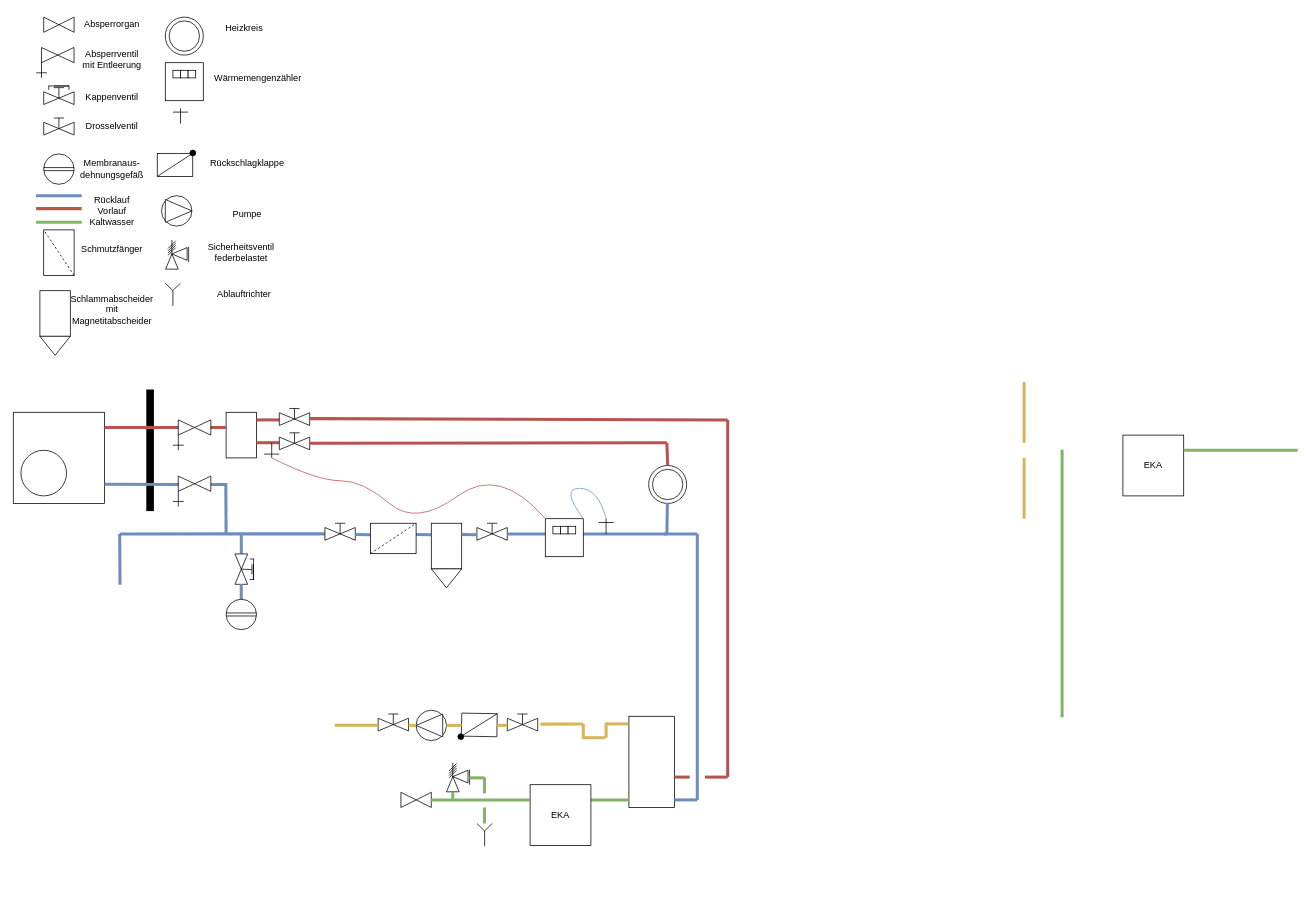
Above: hydraulik.drawio in eddi0815/socket2 (draw.io), before the change. Source tidied: cells renumbered, new cells numbered last; positions are measured from the earlier drawing's top-left corner, leaving out a move shared by most shapes. Both pictures are drawn from the tidied source at 76%, with x=0, y=0 at pixel (13, 13).
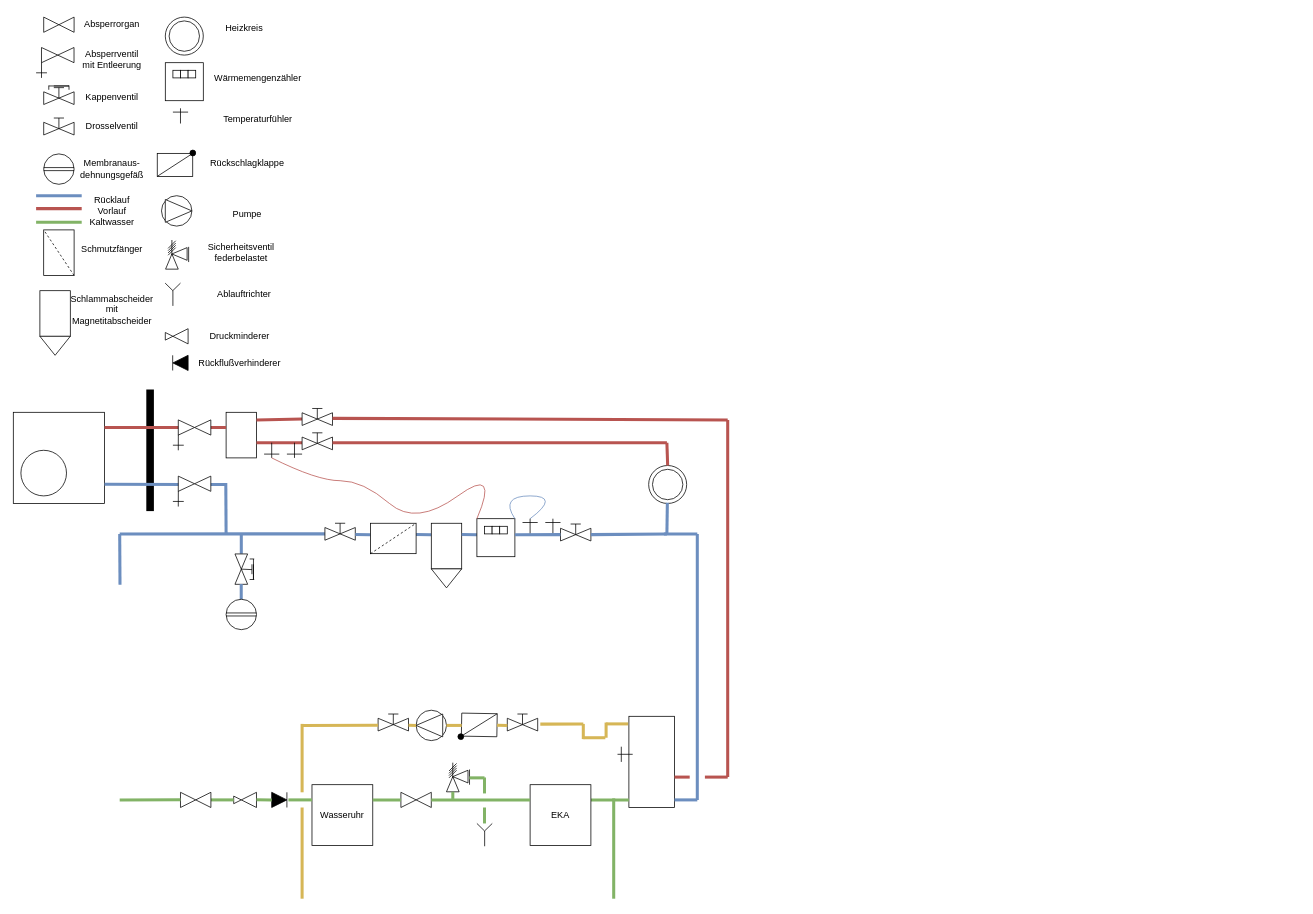
After the change.

The change refers to these unchanged cells:
```xml
<mxCell id="62" style="triangle;whiteSpace=wrap;html=1;" parent="61" vertex="1">
  <mxGeometry width="20" height="16.7" as="geometry" />
</mxCell>
<mxCell id="63" style="triangle;whiteSpace=wrap;html=1;rotation=-180;" parent="61" vertex="1">
  <mxGeometry x="20" width="20" height="16.7" as="geometry" />
</mxCell>
<mxCell id="100" style="triangle;whiteSpace=wrap;html=1;" parent="99" vertex="1">
  <mxGeometry width="20" height="16.7" as="geometry" />
</mxCell>
<mxCell id="149" style="whiteSpace=wrap;html=1;" parent="148" vertex="1">
  <mxGeometry width="50" height="50" as="geometry" />
</mxCell>
```

The edit, as a diff of the source:
```diff
@@
     <mxCell id="60" style="group;" parent="1" vertex="1">
-      <mxGeometry x="610" y="671" width="40" height="22.2" as="geometry" />
+      <mxGeometry x="720" y="672" width="40" height="22.2" as="geometry" />
     </mxCell>
@@
-    <mxCell id="89" style="endArrow=none;html=1;rounded=0;jumpSize=6;strokeWidth=4;fillColor=#f8cecc;strokeColor=#b85450;" parent="1" edge="1">
+    <mxCell id="89" style="endArrow=none;html=1;rounded=0;jumpSize=6;strokeWidth=4;fillColor=#f8cecc;strokeColor=#b85450;entryX=0;entryY=0.5;entryDx=0;entryDy=0;" parent="1" edge="1" target="100">
       <mxGeometry relative="1" as="geometry">
         <mxPoint x="320" y="535" as="sourcePoint" />
-        <mxPoint x="350" y="535" as="targetPoint" />
       </mxGeometry>
     </mxCell>
     <mxCell id="90" style="endArrow=none;html=1;rounded=0;jumpSize=6;strokeWidth=4;fillColor=#f8cecc;strokeColor=#b85450;" parent="1" edge="1">
       <mxGeometry relative="1" as="geometry">
         <mxPoint x="320" y="565" as="sourcePoint" />
-        <mxPoint x="350" y="565" as="targetPoint" />
+        <mxPoint x="380" y="565" as="targetPoint" />
       </mxGeometry>
     </mxCell>
     <mxCell id="91" style="group;" parent="1" vertex="1">
-      <mxGeometry x="350" y="552" width="40" height="22.2" as="geometry" />
+      <mxGeometry x="380" y="552" width="40" height="22.2" as="geometry" />
     </mxCell>
@@
     <mxCell id="98" style="group;" parent="1" vertex="1">
-      <mxGeometry x="350" y="520" width="40" height="22.2" as="geometry" />
+      <mxGeometry x="380" y="520" width="40" height="22.2" as="geometry" />
     </mxCell>
@@
     <mxCell id="115" style="endArrow=none;html=1;rounded=0;jumpSize=6;strokeWidth=4;fillColor=#f8cecc;strokeColor=#b85450;" parent="1" edge="1">
       <mxGeometry relative="1" as="geometry">
-        <mxPoint x="390" y="565.6" as="sourcePoint" />
+        <mxPoint x="420" y="565" as="sourcePoint" />
         <mxPoint x="860" y="565" as="targetPoint" />
       </mxGeometry>
     </mxCell>
-    <mxCell id="116" style="endArrow=none;html=1;rounded=0;jumpSize=6;strokeWidth=4;fillColor=#dae8fc;strokeColor=#6c8ebf;" parent="1" edge="1">
+    <mxCell id="116" style="endArrow=none;html=1;rounded=0;jumpSize=6;strokeWidth=4;fillColor=#dae8fc;strokeColor=#6c8ebf;exitX=0;exitY=0.5;exitDx=0;exitDy=0;" parent="1" edge="1" source="63">
       <mxGeometry relative="1" as="geometry">
-        <mxPoint x="650" y="685" as="sourcePoint" />
         <mxPoint x="860" y="685" as="targetPoint" />
       </mxGeometry>
     </mxCell>
@@
     <mxCell id="122" style="endArrow=none;html=1;rounded=0;jumpSize=6;strokeWidth=4;fillColor=#f8cecc;strokeColor=#b85450;" parent="1" edge="1">
       <mxGeometry relative="1" as="geometry">
-        <mxPoint x="390" y="533.3" as="sourcePoint" />
+        <mxPoint x="420" y="533" as="sourcePoint" />
         <mxPoint x="940" y="535" as="targetPoint" />
       </mxGeometry>
     </mxCell>
@@
     <mxCell id="148" style="group;" parent="1" vertex="1">
-      <mxGeometry x="700" y="665" width="50" height="50" as="geometry" />
+      <mxGeometry x="610" y="665" width="50" height="50" as="geometry" />
     </mxCell>
@@
-    <mxCell id="155" style="group;" parent="1" vertex="1">
-      <mxGeometry x="770" y="665" width="20" height="20" as="geometry" />
-    </mxCell>
-    <mxCell id="156" style="endArrow=none;html=1;rounded=0;" parent="155" edge="1">
-      <mxGeometry relative="1" as="geometry">
-        <mxPoint x="10" y="20" as="sourcePoint" />
-        <mxPoint x="10" as="targetPoint" />
-      </mxGeometry>
-    </mxCell>
-    <mxCell id="157" style="endArrow=none;html=1;rounded=0;" parent="155" edge="1">
-      <mxGeometry relative="1" as="geometry">
-        <mxPoint x="20" y="5" as="sourcePoint" />
-        <mxPoint y="5" as="targetPoint" />
-      </mxGeometry>
-    </mxCell>
@@
     <mxCell id="162" style="curved=1;endArrow=none;html=1;rounded=0;exitX=1;exitY=0;exitDx=0;exitDy=0;endFill=0;fillColor=#dae8fc;strokeColor=#6c8ebf;" parent="1" edge="1" source="149">
       <mxGeometry relative="1" as="geometry">
-        <mxPoint x="780" y="665" as="targetPoint" />
+        <mxPoint x="680" y="665" as="targetPoint" />
         <Array as="points">
-          <mxPoint x="720" y="625" />
-          <mxPoint x="770" y="625" />
+          <mxPoint x="640" y="635" />
+          <mxPoint x="720" y="635" />
         </Array>
       </mxGeometry>
     </mxCell>
@@
-    <mxCell id="169" style="endArrow=none;html=1;rounded=0;jumpSize=6;strokeWidth=4;fillColor=#d5e8d4;strokeColor=#82b366;" parent="1" edge="1">
-      <mxGeometry relative="1" as="geometry">
-        <mxPoint x="1380" y="926.2" as="sourcePoint" />
-        <mxPoint x="1380" y="574.2" as="targetPoint" />
-      </mxGeometry>
-    </mxCell>
@@
-    <mxCell id="205" style="endArrow=none;html=1;rounded=0;jumpSize=6;strokeWidth=4;fillColor=#fff2cc;strokeColor=#d6b656;" parent="1" edge="1">
-      <mxGeometry relative="1" as="geometry">
-        <mxPoint x="1330" y="565" as="sourcePoint" />
-        <mxPoint x="1330" y="485" as="targetPoint" />
-      </mxGeometry>
-    </mxCell>
-    <mxCell id="206" style="endArrow=none;html=1;rounded=0;jumpSize=6;strokeWidth=4;fillColor=#fff2cc;strokeColor=#d6b656;" parent="1" edge="1">
-      <mxGeometry relative="1" as="geometry">
-        <mxPoint x="1330" y="665" as="sourcePoint" />
-        <mxPoint x="1330" y="585" as="targetPoint" />
-      </mxGeometry>
-    </mxCell>
-    <mxCell id="207" value="EKA" style="whiteSpace=wrap;html=1;" parent="1" vertex="1">
-      <mxGeometry x="1460" y="555" width="80" height="80" as="geometry" />
-    </mxCell>
@@
-    <mxCell id="209" style="endArrow=none;html=1;rounded=0;jumpSize=6;strokeWidth=4;fillColor=#d5e8d4;strokeColor=#82b366;" parent="1" edge="1">
-      <mxGeometry relative="1" as="geometry">
-        <mxPoint x="1540" y="575" as="sourcePoint" />
-        <mxPoint x="1690" y="575" as="targetPoint" />
-      </mxGeometry>
-    </mxCell>
@@
-    <mxCell id="254" style="endArrow=none;html=1;rounded=0;jumpSize=6;strokeWidth=4;fillColor=#fff2cc;strokeColor=#d6b656;entryX=-0.172;entryY=0.538;entryDx=0;entryDy=0;entryPerimeter=0;" parent="1" edge="1">
+    <mxCell id="254" style="endArrow=none;html=1;rounded=0;jumpSize=6;strokeWidth=4;fillColor=#fff2cc;strokeColor=#d6b656;" parent="1" edge="1">
       <mxGeometry relative="1" as="geometry">
         <mxPoint x="480" y="936.8" as="sourcePoint" />
-        <mxPoint x="423" y="936.8" as="targetPoint" />
+        <mxPoint x="380" y="937" as="targetPoint" />
       </mxGeometry>
     </mxCell>
@@
+    <mxCell id="257" style="group;" parent="1" vertex="1">
+      <mxGeometry x="190" y="415" width="40" height="20" as="geometry" />
+    </mxCell>
+    <mxCell id="258" style="triangle;whiteSpace=wrap;html=1;" parent="257" vertex="1">
+      <mxGeometry x="10" y="5" width="10" height="10" as="geometry" />
+    </mxCell>
+    <mxCell id="259" style="triangle;whiteSpace=wrap;html=1;rotation=-180;" parent="257" vertex="1">
+      <mxGeometry x="20" width="20" height="20" as="geometry" />
+    </mxCell>
+    <mxCell id="260" value="Druckminderer" style="text;html=1;align=center;verticalAlign=middle;whiteSpace=wrap;rounded=0;" parent="1" vertex="1">
+      <mxGeometry x="240" y="410" width="116" height="30" as="geometry" />
+    </mxCell>
+    <mxCell id="261" value="&lt;div&gt;Rückflußverhinderer&lt;/div&gt;" style="text;html=1;align=center;verticalAlign=middle;whiteSpace=wrap;rounded=0;" parent="1" vertex="1">
+      <mxGeometry x="240" y="445" width="116" height="30" as="geometry" />
+    </mxCell>
+    <mxCell id="262" style="group;" parent="1" vertex="1">
+      <mxGeometry x="209.7" y="450" width="20.3" height="20" as="geometry" />
+    </mxCell>
+    <mxCell id="263" style="triangle;whiteSpace=wrap;html=1;rotation=-180;fillColor=#000000;" parent="262" vertex="1">
+      <mxGeometry x="0.3" width="20" height="20" as="geometry" />
+    </mxCell>
+    <mxCell id="264" style="endArrow=none;html=1;rounded=0;" parent="262" edge="1">
+      <mxGeometry relative="1" as="geometry">
+        <mxPoint y="20" as="sourcePoint" />
+        <mxPoint as="targetPoint" />
+      </mxGeometry>
+    </mxCell>
+    <mxCell id="265" style="group;rotation=-180;" parent="1" vertex="1">
+      <mxGeometry x="340" y="1025" width="20.3" height="20" as="geometry" />
+    </mxCell>
+    <mxCell id="266" style="triangle;whiteSpace=wrap;html=1;rotation=-360;fillColor=#000000;" parent="265" vertex="1">
+      <mxGeometry width="20" height="20" as="geometry" />
+    </mxCell>
+    <mxCell id="267" style="endArrow=none;html=1;rounded=0;" parent="265" edge="1">
+      <mxGeometry relative="1" as="geometry">
+        <mxPoint x="20" as="sourcePoint" />
+        <mxPoint x="20" y="20" as="targetPoint" />
+      </mxGeometry>
+    </mxCell>
+    <mxCell id="268" style="group;" parent="1" vertex="1">
+      <mxGeometry x="280" y="1025" width="40" height="20" as="geometry" />
+    </mxCell>
+    <mxCell id="269" style="triangle;whiteSpace=wrap;html=1;" parent="268" vertex="1">
+      <mxGeometry x="10" y="5" width="10" height="10" as="geometry" />
+    </mxCell>
+    <mxCell id="270" style="triangle;whiteSpace=wrap;html=1;rotation=-180;" parent="268" vertex="1">
+      <mxGeometry x="20" width="20" height="20" as="geometry" />
+    </mxCell>
+    <mxCell id="271" style="endArrow=none;html=1;rounded=0;jumpSize=6;strokeWidth=4;fillColor=#d5e8d4;strokeColor=#82b366;" parent="268" edge="1">
+      <mxGeometry relative="1" as="geometry">
+        <mxPoint x="-20" y="10" as="sourcePoint" />
+        <mxPoint x="10" y="10" as="targetPoint" />
+      </mxGeometry>
+    </mxCell>
+    <mxCell id="272" style="group;" parent="1" vertex="1">
+      <mxGeometry x="220" y="1025" width="40" height="20" as="geometry" />
+    </mxCell>
+    <mxCell id="273" style="triangle;whiteSpace=wrap;html=1;" parent="272" vertex="1">
+      <mxGeometry width="20" height="20" as="geometry" />
+    </mxCell>
+    <mxCell id="274" style="triangle;whiteSpace=wrap;html=1;rotation=-180;" parent="272" vertex="1">
+      <mxGeometry x="20" width="20" height="20" as="geometry" />
+    </mxCell>
+    <mxCell id="275" style="endArrow=none;html=1;rounded=0;jumpSize=6;strokeWidth=4;fillColor=#d5e8d4;strokeColor=#82b366;" parent="1" edge="1">
+      <mxGeometry relative="1" as="geometry">
+        <mxPoint x="140" y="1035" as="sourcePoint" />
+        <mxPoint x="220" y="1034.8" as="targetPoint" />
+      </mxGeometry>
+    </mxCell>
+    <mxCell id="276" style="endArrow=none;html=1;rounded=0;jumpSize=6;strokeWidth=4;fillColor=#d5e8d4;strokeColor=#82b366;" parent="1" edge="1">
+      <mxGeometry relative="1" as="geometry">
+        <mxPoint x="320" y="1034.8" as="sourcePoint" />
+        <mxPoint x="340" y="1035" as="targetPoint" />
+      </mxGeometry>
+    </mxCell>
+    <mxCell id="277" value="Wasseruhr" style="whiteSpace=wrap;html=1;" parent="1" vertex="1">
+      <mxGeometry x="393" y="1015" width="80" height="80" as="geometry" />
+    </mxCell>
+    <mxCell id="278" style="endArrow=none;html=1;rounded=0;jumpSize=6;strokeWidth=4;fillColor=#d5e8d4;strokeColor=#82b366;exitX=1;exitY=0.25;exitDx=0;exitDy=0;" parent="1" edge="1" source="277">
+      <mxGeometry relative="1" as="geometry">
+        <mxPoint x="510" y="1035.1" as="targetPoint" />
+      </mxGeometry>
+    </mxCell>
+    <mxCell id="279" style="endArrow=none;html=1;rounded=0;jumpSize=6;strokeWidth=4;fillColor=#d5e8d4;strokeColor=#82b366;entryX=0;entryY=0.25;entryDx=0;entryDy=0;" parent="1" edge="1" target="277">
+      <mxGeometry relative="1" as="geometry">
+        <mxPoint x="362" y="1035" as="sourcePoint" />
+      </mxGeometry>
+    </mxCell>
+    <mxCell id="280" style="endArrow=none;html=1;rounded=0;jumpSize=6;strokeWidth=4;fillColor=#d5e8d4;strokeColor=#82b366;" parent="1" edge="1">
+      <mxGeometry relative="1" as="geometry">
+        <mxPoint x="790" y="1165" as="sourcePoint" />
+        <mxPoint x="790" y="1033" as="targetPoint" />
+      </mxGeometry>
+    </mxCell>
+    <mxCell id="281" style="endArrow=none;html=1;rounded=0;jumpSize=6;strokeWidth=4;fillColor=#fff2cc;strokeColor=#d6b656;" parent="1" edge="1">
+      <mxGeometry relative="1" as="geometry">
+        <mxPoint x="380" y="1025" as="sourcePoint" />
+        <mxPoint x="380" y="935" as="targetPoint" />
+      </mxGeometry>
+    </mxCell>
+    <mxCell id="282" style="endArrow=none;html=1;rounded=0;jumpSize=6;strokeWidth=4;fillColor=#fff2cc;strokeColor=#d6b656;" parent="1" edge="1">
+      <mxGeometry relative="1" as="geometry">
+        <mxPoint x="380" y="1165" as="sourcePoint" />
+        <mxPoint x="380" y="1045" as="targetPoint" />
+      </mxGeometry>
+    </mxCell>
+    <mxCell id="283" value="Temperaturfühler" style="text;html=1;align=center;verticalAlign=middle;whiteSpace=wrap;rounded=0;" parent="1" vertex="1">
+      <mxGeometry x="264" y="125" width="116" height="30" as="geometry" />
+    </mxCell>
+    <mxCell id="284" style="group;" parent="1" vertex="1">
+      <mxGeometry x="700" y="665" width="20" height="20" as="geometry" />
+    </mxCell>
+    <mxCell id="285" style="endArrow=none;html=1;rounded=0;" parent="284" edge="1">
+      <mxGeometry relative="1" as="geometry">
+        <mxPoint x="10" y="20" as="sourcePoint" />
+        <mxPoint x="10" as="targetPoint" />
+      </mxGeometry>
+    </mxCell>
+    <mxCell id="286" style="endArrow=none;html=1;rounded=0;" parent="284" edge="1">
+      <mxGeometry relative="1" as="geometry">
+        <mxPoint x="20" y="5" as="sourcePoint" />
+        <mxPoint y="5" as="targetPoint" />
+      </mxGeometry>
+    </mxCell>
+    <mxCell id="287" style="group;rotation=-180;" parent="1" vertex="1">
+      <mxGeometry x="360" y="565" width="20" height="20" as="geometry" />
+    </mxCell>
+    <mxCell id="288" style="endArrow=none;html=1;rounded=0;" parent="287" edge="1">
+      <mxGeometry relative="1" as="geometry">
+        <mxPoint x="10" as="sourcePoint" />
+        <mxPoint x="10" y="20" as="targetPoint" />
+      </mxGeometry>
+    </mxCell>
+    <mxCell id="289" style="endArrow=none;html=1;rounded=0;" parent="287" edge="1">
+      <mxGeometry relative="1" as="geometry">
+        <mxPoint y="15" as="sourcePoint" />
+        <mxPoint x="20" y="15" as="targetPoint" />
+      </mxGeometry>
+    </mxCell>
+    <mxCell id="290" style="group;rotation=-90;" parent="1" vertex="1">
+      <mxGeometry x="795" y="965" width="20" height="20" as="geometry" />
+    </mxCell>
+    <mxCell id="291" style="endArrow=none;html=1;rounded=0;" parent="290" edge="1">
+      <mxGeometry relative="1" as="geometry">
+        <mxPoint x="20" y="10" as="sourcePoint" />
+        <mxPoint y="10" as="targetPoint" />
+      </mxGeometry>
+    </mxCell>
+    <mxCell id="292" style="endArrow=none;html=1;rounded=0;" parent="290" edge="1">
+      <mxGeometry relative="1" as="geometry">
+        <mxPoint x="5" as="sourcePoint" />
+        <mxPoint x="5" y="20" as="targetPoint" />
+      </mxGeometry>
+    </mxCell>
+    <mxCell id="157" style="endArrow=none;html=1;rounded=0;" parent="1" edge="1">
+      <mxGeometry relative="1" as="geometry">
+        <mxPoint x="690" y="670" as="sourcePoint" />
+        <mxPoint x="670" y="670" as="targetPoint" />
+      </mxGeometry>
+    </mxCell>
+    <mxCell id="156" style="endArrow=none;html=1;rounded=0;" parent="1" edge="1">
+      <mxGeometry relative="1" as="geometry">
+        <mxPoint x="680" y="685" as="sourcePoint" />
+        <mxPoint x="680" y="665" as="targetPoint" />
+      </mxGeometry>
+    </mxCell>
+    <mxCell id="293" style="endArrow=none;html=1;rounded=0;jumpSize=6;strokeWidth=4;fillColor=#dae8fc;strokeColor=#6c8ebf;exitX=0;exitY=0.5;exitDx=0;exitDy=0;entryX=0;entryY=0.5;entryDx=0;entryDy=0;" parent="1" edge="1" target="62">
+      <mxGeometry relative="1" as="geometry">
+        <mxPoint x="660" y="686" as="sourcePoint" />
+      </mxGeometry>
+    </mxCell>
```
